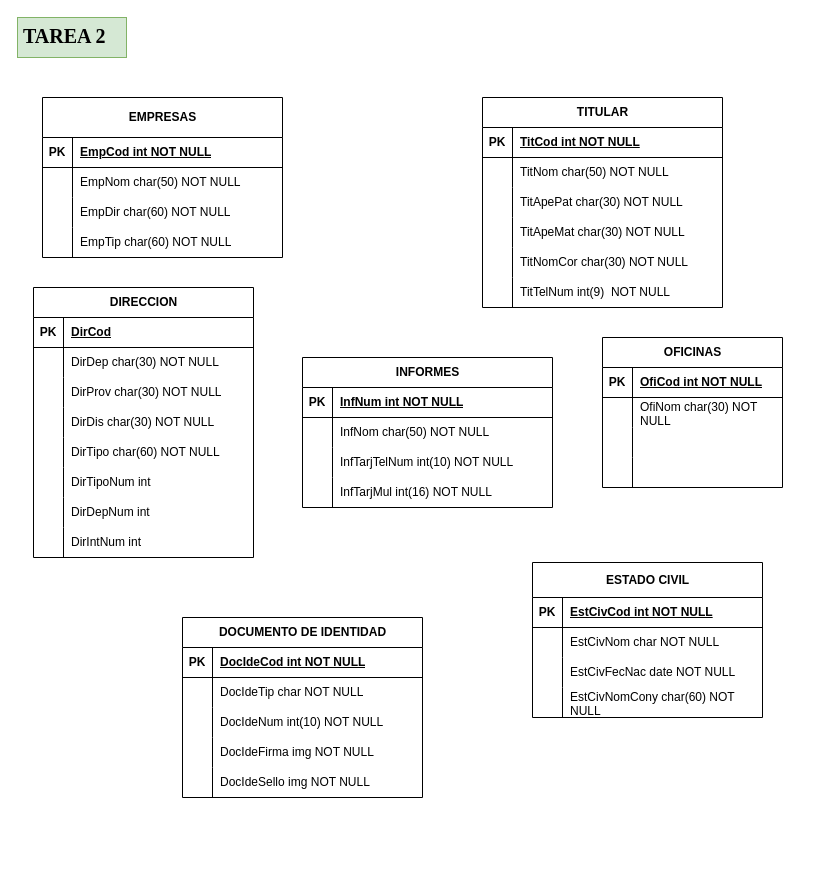
Before: page "TAREA 2" (2 of 2) of Diagrama sin título.drawio in FiorelaClarz/Laboratorio-2---EDA, a draw.io diagram. Source tidied: cells renumbered, new cells numbered last; positions are measured from the earlier drawing's top-left corner, leaving out a move shared by most shapes. Both pictures are drawn from the tidied source at 100%, with x=0, y=0 at pixel (17, 17).
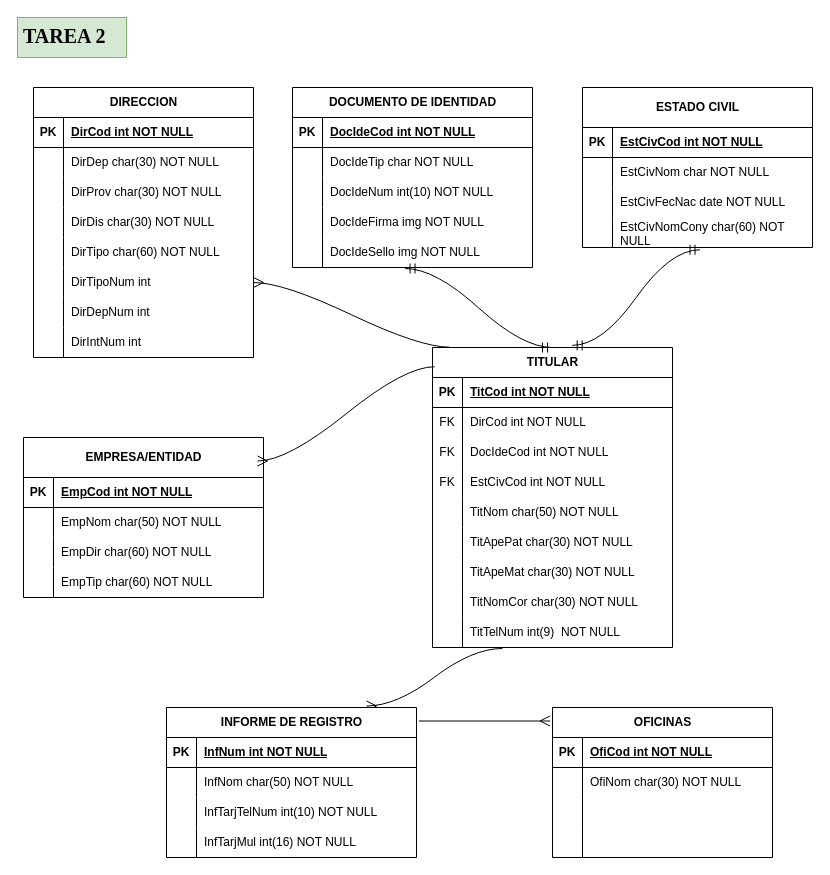
After the change.

The change refers to these unchanged cells:
```xml
<mxCell id="20" style="shape=tableRow;horizontal=0;startSize=0;swimlaneHead=0;swimlaneBody=0;fillColor=none;top=0;left=0;right=0;bottom=0;" parent="16" vertex="1">
  <mxGeometry y="60" width="240" height="30" as="geometry" />
</mxCell>
<mxCell id="62" style="shape=tableRow;horizontal=0;startSize=0;swimlaneHead=0;swimlaneBody=0;fillColor=none;top=0;left=0;right=0;bottom=1;" parent="61" vertex="1">
  <mxGeometry y="30" width="220" height="30" as="geometry" />
</mxCell>
<mxCell id="77" style="shape=tableRow;horizontal=0;startSize=0;swimlaneHead=0;swimlaneBody=0;fillColor=none;points=[[0,0.5],[1,0.5]];portConstraint=eastwest;top=0;left=0;right=0;bottom=0;" parent="61" vertex="1">
  <mxGeometry y="180" width="220" height="30" as="geometry" />
</mxCell>
<mxCell id="112" style="shape=tableRow;horizontal=0;startSize=0;swimlaneHead=0;swimlaneBody=0;fillColor=none;points=[[0,0.5],[1,0.5]];portConstraint=eastwest;top=0;left=0;right=0;bottom=0;" parent="99" vertex="1">
  <mxGeometry y="150" width="240" height="30" as="geometry" />
</mxCell>
```

The edit, as a diff of the source:
```diff
@@
-    <mxCell id="3" value="EMPRESAS" style="shape=table;startSize=40;childLayout=tableLayout;rowLines=0;fontStyle=1;align=center;html=1;" parent="1" vertex="1">
-      <mxGeometry x="25" y="80" width="240" height="160" as="geometry" />
+    <mxCell id="3" value="EMPRESA/ENTIDAD" style="shape=table;startSize=40;childLayout=tableLayout;rowLines=0;fontStyle=1;align=center;html=1;" parent="1" vertex="1">
+      <mxGeometry x="6" y="420" width="240" height="160" as="geometry" />
     </mxCell>
@@
     <mxCell id="16" value="TITULAR" style="shape=table;startSize=30;childLayout=tableLayout;rowLines=0;fontStyle=1;align=center;html=1;" parent="1" vertex="1">
-      <mxGeometry x="465" y="80" width="240" height="210" as="geometry" />
+      <mxGeometry x="415" y="330" width="240" height="300" as="geometry" />
     </mxCell>
@@
-    <mxCell id="21" style="shape=partialRectangle;fillColor=none;top=0;left=0;bottom=0;right=0;overflow=hidden;whiteSpace=wrap;html=1;" parent="20" vertex="1">
+    <mxCell id="21" value="FK" style="shape=partialRectangle;fillColor=none;top=0;left=0;bottom=0;right=0;overflow=hidden;whiteSpace=wrap;html=1;" parent="20" vertex="1">
       <mxGeometry width="30" height="30" as="geometry" />
     </mxCell>
-    <mxCell id="22" value="TitNom char(50) NOT NULL" style="shape=partialRectangle;fillColor=none;top=0;left=0;bottom=0;right=0;align=left;spacingLeft=6;overflow=hidden;whiteSpace=wrap;html=1;" parent="20" vertex="1">
+    <mxCell id="22" value="DirCod int NOT NULL" style="shape=partialRectangle;fillColor=none;top=0;left=0;bottom=0;right=0;align=left;spacingLeft=6;overflow=hidden;whiteSpace=wrap;html=1;" parent="20" vertex="1">
       <mxGeometry x="30" width="210" height="30" as="geometry" />
     </mxCell>
+    <mxCell id="115" style="shape=tableRow;horizontal=0;startSize=0;swimlaneHead=0;swimlaneBody=0;fillColor=none;top=0;left=0;right=0;bottom=0;" parent="16" vertex="1">
+      <mxGeometry y="90" width="240" height="30" as="geometry" />
+    </mxCell>
+    <mxCell id="116" value="FK" style="shape=partialRectangle;fillColor=none;top=0;left=0;bottom=0;right=0;overflow=hidden;whiteSpace=wrap;html=1;" parent="115" vertex="1">
+      <mxGeometry width="30" height="30" as="geometry" />
+    </mxCell>
+    <mxCell id="117" value="DocIdeCod int NOT NULL" style="shape=partialRectangle;fillColor=none;top=0;left=0;bottom=0;right=0;align=left;spacingLeft=6;overflow=hidden;whiteSpace=wrap;html=1;" parent="115" vertex="1">
+      <mxGeometry x="30" width="210" height="30" as="geometry" />
+    </mxCell>
+    <mxCell id="118" style="shape=tableRow;horizontal=0;startSize=0;swimlaneHead=0;swimlaneBody=0;fillColor=none;top=0;left=0;right=0;bottom=0;" parent="16" vertex="1">
+      <mxGeometry y="120" width="240" height="30" as="geometry" />
+    </mxCell>
+    <mxCell id="119" value="FK" style="shape=partialRectangle;fillColor=none;top=0;left=0;bottom=0;right=0;overflow=hidden;whiteSpace=wrap;html=1;" parent="118" vertex="1">
+      <mxGeometry width="30" height="30" as="geometry" />
+    </mxCell>
+    <mxCell id="120" value="EstCivCod int NOT NULL" style="shape=partialRectangle;fillColor=none;top=0;left=0;bottom=0;right=0;align=left;spacingLeft=6;overflow=hidden;whiteSpace=wrap;html=1;" parent="118" vertex="1">
+      <mxGeometry x="30" width="210" height="30" as="geometry" />
+    </mxCell>
+    <mxCell id="121" style="shape=tableRow;horizontal=0;startSize=0;swimlaneHead=0;swimlaneBody=0;fillColor=none;top=0;left=0;right=0;bottom=0;" parent="16" vertex="1">
+      <mxGeometry y="150" width="240" height="30" as="geometry" />
+    </mxCell>
+    <mxCell id="122" style="shape=partialRectangle;fillColor=none;top=0;left=0;bottom=0;right=0;overflow=hidden;whiteSpace=wrap;html=1;" parent="121" vertex="1">
+      <mxGeometry width="30" height="30" as="geometry" />
+    </mxCell>
+    <mxCell id="123" value="TitNom char(50) NOT NULL" style="shape=partialRectangle;fillColor=none;top=0;left=0;bottom=0;right=0;align=left;spacingLeft=6;overflow=hidden;whiteSpace=wrap;html=1;" parent="121" vertex="1">
+      <mxGeometry x="30" width="210" height="30" as="geometry" />
+    </mxCell>
     <mxCell id="23" style="shape=tableRow;horizontal=0;startSize=0;swimlaneHead=0;swimlaneBody=0;fillColor=none;top=0;left=0;right=0;bottom=0;" parent="16" vertex="1">
-      <mxGeometry y="90" width="240" height="30" as="geometry" />
+      <mxGeometry y="180" width="240" height="30" as="geometry" />
     </mxCell>
@@
     <mxCell id="26" style="shape=tableRow;horizontal=0;startSize=0;swimlaneHead=0;swimlaneBody=0;fillColor=none;top=0;left=0;right=0;bottom=0;" parent="16" vertex="1">
-      <mxGeometry y="120" width="240" height="30" as="geometry" />
+      <mxGeometry y="210" width="240" height="30" as="geometry" />
     </mxCell>
@@
     <mxCell id="29" style="shape=tableRow;horizontal=0;startSize=0;swimlaneHead=0;swimlaneBody=0;fillColor=none;top=0;left=0;right=0;bottom=0;" parent="16" vertex="1">
-      <mxGeometry y="150" width="240" height="30" as="geometry" />
+      <mxGeometry y="240" width="240" height="30" as="geometry" />
     </mxCell>
@@
     <mxCell id="32" style="shape=tableRow;horizontal=0;startSize=0;swimlaneHead=0;swimlaneBody=0;fillColor=none;points=[[0,0.5],[1,0.5]];portConstraint=eastwest;top=0;left=0;right=0;bottom=0;" parent="16" vertex="1">
-      <mxGeometry y="180" width="240" height="30" as="geometry" />
+      <mxGeometry y="270" width="240" height="30" as="geometry" />
     </mxCell>
@@
-    <mxCell id="35" value="INFORMES" style="shape=table;startSize=30;childLayout=tableLayout;rowLines=0;fontStyle=1;align=center;html=1;" parent="1" vertex="1">
-      <mxGeometry x="285" y="340" width="250" height="150" as="geometry" />
-    </mxCell>
-    <mxCell id="36" style="shape=tableRow;horizontal=0;startSize=0;swimlaneHead=0;swimlaneBody=0;fillColor=none;top=0;left=0;right=0;bottom=1;" parent="35" vertex="1">
-      <mxGeometry y="30" width="250" height="30" as="geometry" />
-    </mxCell>
-    <mxCell id="37" value="PK" style="shape=partialRectangle;fillColor=none;top=0;left=0;bottom=0;right=0;fontStyle=1;overflow=hidden;whiteSpace=wrap;html=1;" parent="36" vertex="1">
-      <mxGeometry width="30" height="30" as="geometry" />
-    </mxCell>
-    <mxCell id="38" value="InfNum int NOT NULL" style="shape=partialRectangle;fillColor=none;top=0;left=0;bottom=0;right=0;align=left;spacingLeft=6;fontStyle=5;overflow=hidden;whiteSpace=wrap;html=1;" parent="36" vertex="1">
-      <mxGeometry x="30" width="220" height="30" as="geometry" />
-    </mxCell>
-    <mxCell id="39" style="shape=tableRow;horizontal=0;startSize=0;swimlaneHead=0;swimlaneBody=0;fillColor=none;top=0;left=0;right=0;bottom=0;" parent="35" vertex="1">
-      <mxGeometry y="60" width="250" height="30" as="geometry" />
-    </mxCell>
-    <mxCell id="40" style="shape=partialRectangle;fillColor=none;top=0;left=0;bottom=0;right=0;overflow=hidden;whiteSpace=wrap;html=1;" parent="39" vertex="1">
-      <mxGeometry width="30" height="30" as="geometry" />
-    </mxCell>
-    <mxCell id="41" value="InfNom char(50) NOT NULL" style="shape=partialRectangle;fillColor=none;top=0;left=0;bottom=0;right=0;align=left;spacingLeft=6;overflow=hidden;whiteSpace=wrap;html=1;" parent="39" vertex="1">
-      <mxGeometry x="30" width="220" height="30" as="geometry" />
-    </mxCell>
-    <mxCell id="42" style="shape=tableRow;horizontal=0;startSize=0;swimlaneHead=0;swimlaneBody=0;fillColor=none;top=0;left=0;right=0;bottom=0;" parent="35" vertex="1">
-      <mxGeometry y="90" width="250" height="30" as="geometry" />
-    </mxCell>
-    <mxCell id="43" style="shape=partialRectangle;fillColor=none;top=0;left=0;bottom=0;right=0;overflow=hidden;whiteSpace=wrap;html=1;" parent="42" vertex="1">
-      <mxGeometry width="30" height="30" as="geometry" />
-    </mxCell>
-    <mxCell id="44" value="InfTarjTelNum int(10) NOT NULL" style="shape=partialRectangle;fillColor=none;top=0;left=0;bottom=0;right=0;align=left;spacingLeft=6;overflow=hidden;whiteSpace=wrap;html=1;" parent="42" vertex="1">
-      <mxGeometry x="30" width="220" height="30" as="geometry" />
-    </mxCell>
-    <mxCell id="45" style="shape=tableRow;horizontal=0;startSize=0;swimlaneHead=0;swimlaneBody=0;fillColor=none;top=0;left=0;right=0;bottom=0;" parent="35" vertex="1">
-      <mxGeometry y="120" width="250" height="30" as="geometry" />
-    </mxCell>
-    <mxCell id="46" style="shape=partialRectangle;fillColor=none;top=0;left=0;bottom=0;right=0;overflow=hidden;whiteSpace=wrap;html=1;" parent="45" vertex="1">
-      <mxGeometry width="30" height="30" as="geometry" />
-    </mxCell>
-    <mxCell id="47" value="InfTarjMul int(16) NOT NULL" style="shape=partialRectangle;fillColor=none;top=0;left=0;bottom=0;right=0;align=left;spacingLeft=6;overflow=hidden;whiteSpace=wrap;html=1;" parent="45" vertex="1">
-      <mxGeometry x="30" width="220" height="30" as="geometry" />
-    </mxCell>
     <mxCell id="48" value="OFICINAS" style="shape=table;startSize=30;childLayout=tableLayout;rowLines=0;fontStyle=1;align=center;html=1;" parent="1" vertex="1">
-      <mxGeometry x="585" y="320" width="180" height="150" as="geometry" />
+      <mxGeometry x="535" y="690" width="220" height="150" as="geometry" />
     </mxCell>
     <mxCell id="49" style="shape=tableRow;horizontal=0;startSize=0;swimlaneHead=0;swimlaneBody=0;fillColor=none;top=0;left=0;right=0;bottom=1;" parent="48" vertex="1">
-      <mxGeometry y="30" width="180" height="30" as="geometry" />
+      <mxGeometry y="30" width="220" height="30" as="geometry" />
     </mxCell>
@@
     <mxCell id="51" value="OfiCod int NOT NULL" style="shape=partialRectangle;fillColor=none;top=0;left=0;bottom=0;right=0;align=left;spacingLeft=6;fontStyle=5;overflow=hidden;whiteSpace=wrap;html=1;" parent="49" vertex="1">
-      <mxGeometry x="30" width="150" height="30" as="geometry" />
+      <mxGeometry x="30" width="190" height="30" as="geometry" />
     </mxCell>
     <mxCell id="52" style="shape=tableRow;horizontal=0;startSize=0;swimlaneHead=0;swimlaneBody=0;fillColor=none;top=0;left=0;right=0;bottom=0;" parent="48" vertex="1">
-      <mxGeometry y="60" width="180" height="30" as="geometry" />
+      <mxGeometry y="60" width="220" height="30" as="geometry" />
     </mxCell>
@@
     <mxCell id="54" value="OfiNom char(30) NOT NULL" style="shape=partialRectangle;fillColor=none;top=0;left=0;bottom=0;right=0;align=left;spacingLeft=6;overflow=hidden;whiteSpace=wrap;html=1;" parent="52" vertex="1">
-      <mxGeometry x="30" width="150" height="30" as="geometry" />
+      <mxGeometry x="30" width="190" height="30" as="geometry" />
     </mxCell>
     <mxCell id="55" style="shape=tableRow;horizontal=0;startSize=0;swimlaneHead=0;swimlaneBody=0;fillColor=none;top=0;left=0;right=0;bottom=0;" parent="48" vertex="1">
-      <mxGeometry y="90" width="180" height="30" as="geometry" />
+      <mxGeometry y="90" width="220" height="30" as="geometry" />
     </mxCell>
@@
     <mxCell id="57" style="shape=partialRectangle;fillColor=none;top=0;left=0;bottom=0;right=0;align=left;spacingLeft=6;overflow=hidden;whiteSpace=wrap;html=1;" parent="55" vertex="1">
-      <mxGeometry x="30" width="150" height="30" as="geometry" />
+      <mxGeometry x="30" width="190" height="30" as="geometry" />
     </mxCell>
     <mxCell id="58" style="shape=tableRow;horizontal=0;startSize=0;swimlaneHead=0;swimlaneBody=0;fillColor=none;top=0;left=0;right=0;bottom=0;" parent="48" vertex="1">
-      <mxGeometry y="120" width="180" height="30" as="geometry" />
+      <mxGeometry y="120" width="220" height="30" as="geometry" />
     </mxCell>
@@
     <mxCell id="60" style="shape=partialRectangle;fillColor=none;top=0;left=0;bottom=0;right=0;align=left;spacingLeft=6;overflow=hidden;whiteSpace=wrap;html=1;" parent="58" vertex="1">
-      <mxGeometry x="30" width="150" height="30" as="geometry" />
+      <mxGeometry x="30" width="190" height="30" as="geometry" />
     </mxCell>
     <mxCell id="61" value="DIRECCION" style="shape=table;startSize=30;childLayout=tableLayout;rowLines=0;fontStyle=1;align=center;html=1;" parent="1" vertex="1">
-      <mxGeometry x="16" y="270" width="220" height="270" as="geometry" />
+      <mxGeometry x="16" y="70" width="220" height="270" as="geometry" />
     </mxCell>
@@
-    <mxCell id="64" value="DirCod" style="shape=partialRectangle;fillColor=none;top=0;left=0;bottom=0;right=0;align=left;spacingLeft=6;fontStyle=5;overflow=hidden;whiteSpace=wrap;html=1;" parent="62" vertex="1">
+    <mxCell id="64" value="DirCod int NOT NULL" style="shape=partialRectangle;fillColor=none;top=0;left=0;bottom=0;right=0;align=left;spacingLeft=6;fontStyle=5;overflow=hidden;whiteSpace=wrap;html=1;" parent="62" vertex="1">
       <mxGeometry x="30" width="190" height="30" as="geometry" />
     </mxCell>
@@
-    <mxCell id="86" value="ESTADO CIVIL" style="shape=table;startSize=35;childLayout=tableLayout;rowLines=0;fontStyle=1;align=center;html=1;" parent="1" vertex="1">
-      <mxGeometry x="515" y="545" width="230" height="155" as="geometry" />
+    <mxCell id="86" value="ESTADO CIVIL" style="shape=table;startSize=40;childLayout=tableLayout;rowLines=0;fontStyle=1;align=center;html=1;" parent="1" vertex="1">
+      <mxGeometry x="565" y="70" width="230" height="160" as="geometry" />
     </mxCell>
     <mxCell id="87" style="shape=tableRow;horizontal=0;startSize=0;swimlaneHead=0;swimlaneBody=0;fillColor=none;top=0;left=0;right=0;bottom=1;" parent="86" vertex="1">
-      <mxGeometry y="35" width="230" height="30" as="geometry" />
+      <mxGeometry y="40" width="230" height="30" as="geometry" />
     </mxCell>
@@
     <mxCell id="90" style="shape=tableRow;horizontal=0;startSize=0;swimlaneHead=0;swimlaneBody=0;fillColor=none;top=0;left=0;right=0;bottom=0;" parent="86" vertex="1">
-      <mxGeometry y="65" width="230" height="30" as="geometry" />
+      <mxGeometry y="70" width="230" height="30" as="geometry" />
     </mxCell>
@@
     <mxCell id="93" style="shape=tableRow;horizontal=0;startSize=0;swimlaneHead=0;swimlaneBody=0;fillColor=none;top=0;left=0;right=0;bottom=0;" parent="86" vertex="1">
-      <mxGeometry y="95" width="230" height="30" as="geometry" />
+      <mxGeometry y="100" width="230" height="30" as="geometry" />
     </mxCell>
@@
     <mxCell id="96" style="shape=tableRow;horizontal=0;startSize=0;swimlaneHead=0;swimlaneBody=0;fillColor=none;points=[[0,0.5],[1,0.5]];portConstraint=eastwest;top=0;left=0;right=0;bottom=0;" parent="86" vertex="1">
-      <mxGeometry y="125" width="230" height="30" as="geometry" />
+      <mxGeometry y="130" width="230" height="30" as="geometry" />
     </mxCell>
@@
     <mxCell id="99" value="DOCUMENTO DE IDENTIDAD" style="shape=table;startSize=30;childLayout=tableLayout;rowLines=0;fontStyle=1;align=center;html=1;" parent="1" vertex="1">
-      <mxGeometry x="165" y="600" width="240" height="180" as="geometry" />
+      <mxGeometry x="275" y="70" width="240" height="180" as="geometry" />
     </mxCell>
@@
+    <mxCell id="124" style="edgeStyle=entityRelationEdgeStyle;fontSize=12;html=1;endArrow=ERmany;rounded=0;startSize=8;endSize=8;curved=1;entryX=0.975;entryY=0.147;entryDx=0;entryDy=0;entryPerimeter=0;exitX=0.009;exitY=0.064;exitDx=0;exitDy=0;exitPerimeter=0;" parent="1" edge="1" source="16" target="3">
+      <mxGeometry relative="1" as="geometry" />
+    </mxCell>
+    <mxCell id="125" style="edgeStyle=entityRelationEdgeStyle;fontSize=12;html=1;endArrow=ERmandOne;startArrow=ERmandOne;rounded=0;startSize=8;endSize=8;curved=1;exitX=0.582;exitY=-0.007;exitDx=0;exitDy=0;exitPerimeter=0;entryX=0.511;entryY=1.075;entryDx=0;entryDy=0;entryPerimeter=0;" parent="1" edge="1" source="16" target="96">
+      <mxGeometry relative="1" as="geometry" />
+    </mxCell>
+    <mxCell id="126" style="edgeStyle=entityRelationEdgeStyle;fontSize=12;html=1;endArrow=ERmandOne;startArrow=ERmandOne;rounded=0;startSize=8;endSize=8;curved=1;entryX=0.469;entryY=1.033;entryDx=0;entryDy=0;entryPerimeter=0;exitX=0.5;exitY=0;exitDx=0;exitDy=0;" parent="1" edge="1" source="16" target="112">
+      <mxGeometry relative="1" as="geometry" />
+    </mxCell>
+    <mxCell id="127" style="edgeStyle=entityRelationEdgeStyle;fontSize=12;html=1;endArrow=ERmany;rounded=0;startSize=8;endSize=8;curved=1;entryX=1;entryY=0.5;entryDx=0;entryDy=0;exitX=0.072;exitY=-0.001;exitDx=0;exitDy=0;exitPerimeter=0;" parent="1" edge="1" source="16" target="77">
+      <mxGeometry relative="1" as="geometry">
+        <Array as="points">
+          <mxPoint x="455" y="310" />
+        </Array>
+      </mxGeometry>
+    </mxCell>
+    <mxCell id="128" style="edgeStyle=entityRelationEdgeStyle;fontSize=12;html=1;endArrow=ERmany;rounded=0;startSize=8;endSize=8;curved=1;exitX=1.01;exitY=0.09;exitDx=0;exitDy=0;exitPerimeter=0;entryX=-0.011;entryY=0.09;entryDx=0;entryDy=0;entryPerimeter=0;" parent="1" edge="1" source="35" target="48">
+      <mxGeometry relative="1" as="geometry" />
+    </mxCell>
+    <mxCell id="129" style="edgeStyle=entityRelationEdgeStyle;fontSize=12;html=1;endArrow=ERmany;rounded=0;startSize=8;endSize=8;curved=1;entryX=0.8;entryY=-0.01;entryDx=0;entryDy=0;entryPerimeter=0;exitX=0.291;exitY=1.033;exitDx=0;exitDy=0;exitPerimeter=0;" parent="1" edge="1" source="32" target="35">
+      <mxGeometry relative="1" as="geometry" />
+    </mxCell>
+    <mxCell id="35" value="INFORME DE REGISTRO" style="shape=table;startSize=30;childLayout=tableLayout;rowLines=0;fontStyle=1;align=center;html=1;" parent="1" vertex="1">
+      <mxGeometry x="149" y="690" width="250" height="150" as="geometry" />
+    </mxCell>
+    <mxCell id="36" style="shape=tableRow;horizontal=0;startSize=0;swimlaneHead=0;swimlaneBody=0;fillColor=none;top=0;left=0;right=0;bottom=1;" parent="35" vertex="1">
+      <mxGeometry y="30" width="250" height="30" as="geometry" />
+    </mxCell>
+    <mxCell id="37" value="PK" style="shape=partialRectangle;fillColor=none;top=0;left=0;bottom=0;right=0;fontStyle=1;overflow=hidden;whiteSpace=wrap;html=1;" parent="36" vertex="1">
+      <mxGeometry width="30" height="30" as="geometry" />
+    </mxCell>
+    <mxCell id="38" value="InfNum int NOT NULL" style="shape=partialRectangle;fillColor=none;top=0;left=0;bottom=0;right=0;align=left;spacingLeft=6;fontStyle=5;overflow=hidden;whiteSpace=wrap;html=1;" parent="36" vertex="1">
+      <mxGeometry x="30" width="220" height="30" as="geometry" />
+    </mxCell>
+    <mxCell id="39" style="shape=tableRow;horizontal=0;startSize=0;swimlaneHead=0;swimlaneBody=0;fillColor=none;top=0;left=0;right=0;bottom=0;" parent="35" vertex="1">
+      <mxGeometry y="60" width="250" height="30" as="geometry" />
+    </mxCell>
+    <mxCell id="40" style="shape=partialRectangle;fillColor=none;top=0;left=0;bottom=0;right=0;overflow=hidden;whiteSpace=wrap;html=1;" parent="39" vertex="1">
+      <mxGeometry width="30" height="30" as="geometry" />
+    </mxCell>
+    <mxCell id="41" value="InfNom char(50) NOT NULL" style="shape=partialRectangle;fillColor=none;top=0;left=0;bottom=0;right=0;align=left;spacingLeft=6;overflow=hidden;whiteSpace=wrap;html=1;" parent="39" vertex="1">
+      <mxGeometry x="30" width="220" height="30" as="geometry" />
+    </mxCell>
+    <mxCell id="42" style="shape=tableRow;horizontal=0;startSize=0;swimlaneHead=0;swimlaneBody=0;fillColor=none;top=0;left=0;right=0;bottom=0;" parent="35" vertex="1">
+      <mxGeometry y="90" width="250" height="30" as="geometry" />
+    </mxCell>
+    <mxCell id="43" style="shape=partialRectangle;fillColor=none;top=0;left=0;bottom=0;right=0;overflow=hidden;whiteSpace=wrap;html=1;" parent="42" vertex="1">
+      <mxGeometry width="30" height="30" as="geometry" />
+    </mxCell>
+    <mxCell id="44" value="InfTarjTelNum int(10) NOT NULL" style="shape=partialRectangle;fillColor=none;top=0;left=0;bottom=0;right=0;align=left;spacingLeft=6;overflow=hidden;whiteSpace=wrap;html=1;" parent="42" vertex="1">
+      <mxGeometry x="30" width="220" height="30" as="geometry" />
+    </mxCell>
+    <mxCell id="45" style="shape=tableRow;horizontal=0;startSize=0;swimlaneHead=0;swimlaneBody=0;fillColor=none;top=0;left=0;right=0;bottom=0;" parent="35" vertex="1">
+      <mxGeometry y="120" width="250" height="30" as="geometry" />
+    </mxCell>
+    <mxCell id="46" style="shape=partialRectangle;fillColor=none;top=0;left=0;bottom=0;right=0;overflow=hidden;whiteSpace=wrap;html=1;" parent="45" vertex="1">
+      <mxGeometry width="30" height="30" as="geometry" />
+    </mxCell>
+    <mxCell id="47" value="InfTarjMul int(16) NOT NULL" style="shape=partialRectangle;fillColor=none;top=0;left=0;bottom=0;right=0;align=left;spacingLeft=6;overflow=hidden;whiteSpace=wrap;html=1;" parent="45" vertex="1">
+      <mxGeometry x="30" width="220" height="30" as="geometry" />
+    </mxCell>
```
